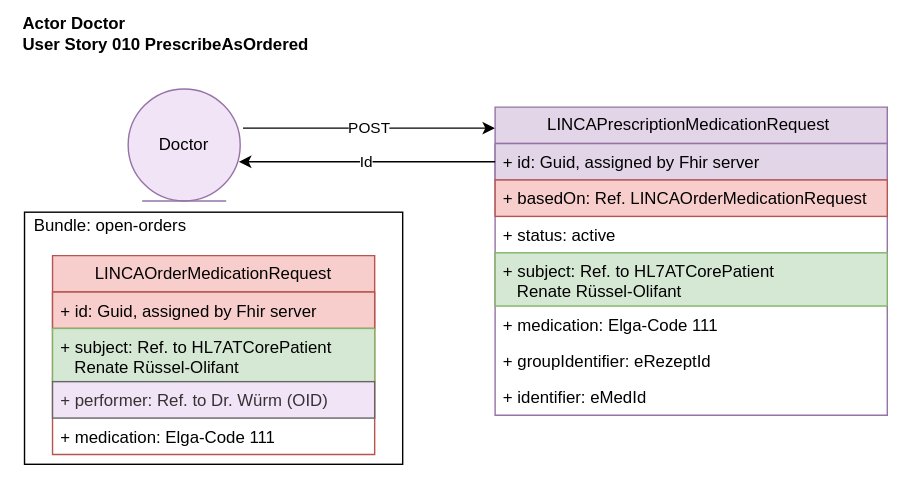
The draw.io diagram r5-LinkedCare-dev/UserStory_010_diagram.svg in HL7Austria/hl7austria.github.io, before a commit. Source tidied: cells renumbered, new cells last; positions are measured from the earlier drawing's top-left corner, leaving out a move shared by most shapes.
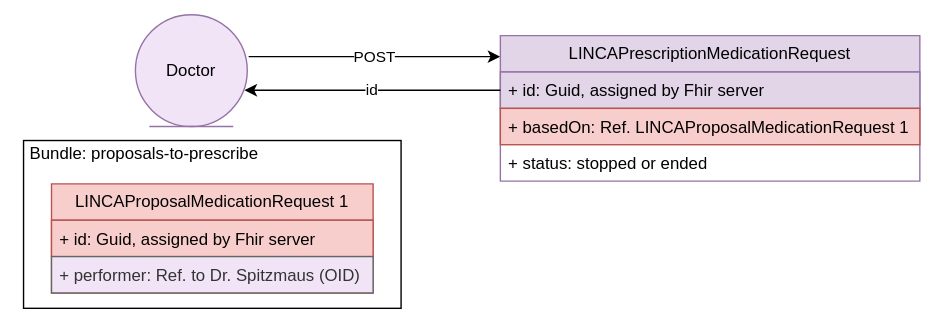
Later version of the same file.

The edit, as a diff of the source:
```diff
@@ -3,66 +3,45 @@
     <mxCell id="0" />
     <mxCell id="1" parent="0" />
     <mxCell id="2" style="rounded=0;whiteSpace=wrap;html=1;" parent="1" vertex="1">
-      <mxGeometry x="7" y="140" width="270" height="180" as="geometry" />
+      <mxGeometry x="2" y="140" width="270" height="120" as="geometry" />
     </mxCell>
-    <mxCell id="3" value="Actor Doctor&lt;br&gt;User Story 010 PrescribeAsOrdered" style="text;align=left;fontStyle=1;verticalAlign=middle;spacingLeft=3;spacingRight=3;strokeColor=none;html=1;" parent="1" vertex="1">
-      <mxGeometry x="1" width="240" height="26" as="geometry" />
-    </mxCell>
     <mxCell id="4" value="POST" style="endArrow=classic;html=1;rounded=0;" parent="1" edge="1">
       <mxGeometry relative="1" as="geometry">
         <mxPoint x="163" y="80" as="sourcePoint" />
         <mxPoint x="343" y="80" as="targetPoint" />
       </mxGeometry>
     </mxCell>
-    <mxCell id="5" value="LINCAPrescriptionMedicationRequest&amp;nbsp;" style="swimlane;fontStyle=0;horizontal=1;startSize=26;fillColor=#e1d5e7;whiteSpace=wrap;html=1;strokeColor=#9673a6;" parent="1" vertex="1">
-      <mxGeometry x="343" y="65" width="280" height="220" as="geometry" />
+    <mxCell id="5" value="LINCAPrescriptionMedicationRequest" style="swimlane;fontStyle=0;horizontal=1;startSize=26;fillColor=#e1d5e7;whiteSpace=wrap;html=1;strokeColor=#9673a6;" parent="1" vertex="1">
+      <mxGeometry x="343" y="65" width="300" height="104" as="geometry" />
     </mxCell>
     <mxCell id="6" value="+ id: Guid, assigned by Fhir server" style="text;strokeColor=#9673a6;fillColor=#e1d5e7;align=left;verticalAlign=top;spacingLeft=4;spacingRight=4;overflow=hidden;points=[[0,0.5],[1,0.5]];portConstraint=eastwest;whiteSpace=wrap;html=1;" parent="5" vertex="1">
-      <mxGeometry y="26" width="280" height="26" as="geometry" />
+      <mxGeometry y="26" width="300" height="26" as="geometry" />
     </mxCell>
-    <mxCell id="7" value="+ basedOn: Ref. LINCAOrderMedicationRequest" style="text;strokeColor=#b85450;fillColor=#f8cecc;align=left;verticalAlign=top;spacingLeft=4;spacingRight=4;overflow=hidden;whiteSpace=wrap;html=1;" parent="5" vertex="1">
-      <mxGeometry y="52" width="280" height="26" as="geometry" />
+    <mxCell id="7" value="+ basedOn: Ref. LINCAProposalMedicationRequest 1" style="text;strokeColor=#b85450;fillColor=#f8cecc;align=left;verticalAlign=top;spacingLeft=4;spacingRight=4;overflow=hidden;whiteSpace=wrap;html=1;" parent="5" vertex="1">
+      <mxGeometry y="52" width="300" height="26" as="geometry" />
     </mxCell>
-    <mxCell id="8" value="+ status: active" style="text;align=left;verticalAlign=top;spacingLeft=4;spacingRight=4;overflow=hidden;whiteSpace=wrap;html=1;" parent="5" vertex="1">
-      <mxGeometry y="78" width="280" height="26" as="geometry" />
+    <mxCell id="8" value="+ status: stopped or ended" style="text;align=left;verticalAlign=top;spacingLeft=4;spacingRight=4;overflow=hidden;whiteSpace=wrap;html=1;" parent="5" vertex="1">
+      <mxGeometry y="78" width="300" height="26" as="geometry" />
     </mxCell>
-    <mxCell id="9" value="+ subject: Ref. to HL7ATCorePatient&amp;nbsp; &lt;br&gt;&amp;nbsp; &amp;nbsp;Renate Rüssel-Olifant" style="text;strokeColor=#82b366;fillColor=#d5e8d4;align=left;verticalAlign=top;spacingLeft=4;spacingRight=4;overflow=hidden;whiteSpace=wrap;html=1;" parent="5" vertex="1">
-      <mxGeometry y="104" width="280" height="38" as="geometry" />
-    </mxCell>
-    <mxCell id="10" value="+ medication: Elga-Code 111" style="text;align=left;verticalAlign=top;spacingLeft=4;spacingRight=4;overflow=hidden;whiteSpace=wrap;html=1;" parent="5" vertex="1">
-      <mxGeometry y="142" width="280" height="26" as="geometry" />
-    </mxCell>
-    <mxCell id="11" value="+ groupIdentifier: eRezeptId" style="text;align=left;verticalAlign=top;spacingLeft=4;spacingRight=4;overflow=hidden;whiteSpace=wrap;html=1;" parent="5" vertex="1">
-      <mxGeometry y="168" width="280" height="26" as="geometry" />
-    </mxCell>
-    <mxCell id="12" value="+ identifier: eMedId" style="text;align=left;verticalAlign=top;spacingLeft=4;spacingRight=4;overflow=hidden;whiteSpace=wrap;html=1;" parent="5" vertex="1">
-      <mxGeometry y="194" width="280" height="26" as="geometry" />
-    </mxCell>
-    <mxCell id="13" value="Id" style="endArrow=classic;html=1;rounded=0;exitX=0;exitY=0.5;exitDx=0;exitDy=0;" parent="1" edge="1" source="6">
+    <mxCell id="13" value="id" style="endArrow=classic;html=1;rounded=0;exitX=0;exitY=0.5;exitDx=0;exitDy=0;" parent="1" edge="1" source="6">
       <mxGeometry relative="1" as="geometry">
         <mxPoint x="160" y="104" as="targetPoint" />
       </mxGeometry>
     </mxCell>
-    <mxCell id="14" value="LINCAOrderMedicationRequest" style="swimlane;fontStyle=0;horizontal=1;startSize=26;fillColor=#f8cecc;whiteSpace=wrap;html=1;strokeColor=#b85450;" parent="1" vertex="1">
-      <mxGeometry x="27" y="171" width="230" height="142" as="geometry" />
+    <mxCell id="14" value="LINCAProposalMedicationRequest 1" style="swimlane;fontStyle=0;horizontal=1;startSize=26;fillColor=#f8cecc;whiteSpace=wrap;html=1;strokeColor=#b85450;" parent="1" vertex="1">
+      <mxGeometry x="22" y="171" width="230" height="78" as="geometry" />
     </mxCell>
     <mxCell id="15" value="+ id: Guid, assigned by Fhir server" style="text;strokeColor=#b85450;fillColor=#f8cecc;align=left;verticalAlign=top;spacingLeft=4;spacingRight=4;overflow=hidden;whiteSpace=wrap;html=1;" parent="14" vertex="1">
       <mxGeometry y="26" width="230" height="26" as="geometry" />
     </mxCell>
-    <mxCell id="16" value="+ subject: Ref. to HL7ATCorePatient&amp;nbsp; &lt;br&gt;&amp;nbsp; &amp;nbsp;Renate Rüssel-Olifant" style="text;strokeColor=#82b366;fillColor=#d5e8d4;align=left;verticalAlign=top;spacingLeft=4;spacingRight=4;overflow=hidden;whiteSpace=wrap;html=1;" parent="14" vertex="1">
-      <mxGeometry y="52" width="230" height="38" as="geometry" />
-    </mxCell>
-    <mxCell id="17" value="+ performer: Ref. to Dr. Würm (OID)" style="text;strokeColor=#666666;fillColor=#F1E4F7;align=left;verticalAlign=top;spacingLeft=4;spacingRight=4;overflow=hidden;whiteSpace=wrap;html=1;fontColor=#333333;" parent="14" vertex="1">
-      <mxGeometry y="90" width="230" height="26" as="geometry" />
+    <mxCell id="17" value="+ performer: Ref. to Dr. Spitzmaus (OID)" style="text;strokeColor=#666666;fillColor=#F1E4F7;align=left;verticalAlign=top;spacingLeft=4;spacingRight=4;overflow=hidden;whiteSpace=wrap;html=1;fontColor=#333333;" parent="14" vertex="1">
+      <mxGeometry y="52" width="230" height="26" as="geometry" />
     </mxCell>
-    <mxCell id="18" value="+ medication: Elga-Code 111" style="text;align=left;verticalAlign=top;spacingLeft=4;spacingRight=4;overflow=hidden;whiteSpace=wrap;html=1;" parent="14" vertex="1">
-      <mxGeometry y="116" width="230" height="26" as="geometry" />
-    </mxCell>
-    <mxCell id="19" value="Bundle: open-orders" style="text;html=1;strokeColor=none;fillColor=none;align=center;verticalAlign=middle;whiteSpace=wrap;rounded=0;" parent="1" vertex="1">
-      <mxGeometry y="135" width="137" height="30" as="geometry" />
+    <mxCell id="19" value="Bundle: proposals-to-prescribe" style="text;html=1;strokeColor=none;fillColor=none;align=center;verticalAlign=middle;whiteSpace=wrap;rounded=0;" parent="1" vertex="1">
+      <mxGeometry x="-4" y="135" width="185" height="30" as="geometry" />
     </mxCell>
     <mxCell id="20" value="Doctor" style="ellipse;shape=umlEntity;whiteSpace=wrap;html=1;fillColor=#F1E4F7;strokeColor=#9673a6;" parent="1" vertex="1">
-      <mxGeometry x="81" y="52" width="80" height="80" as="geometry" />
+      <mxGeometry x="82" y="50" width="80" height="80" as="geometry" />
     </mxCell>
   </root>
 </mxGraphModel>
```
